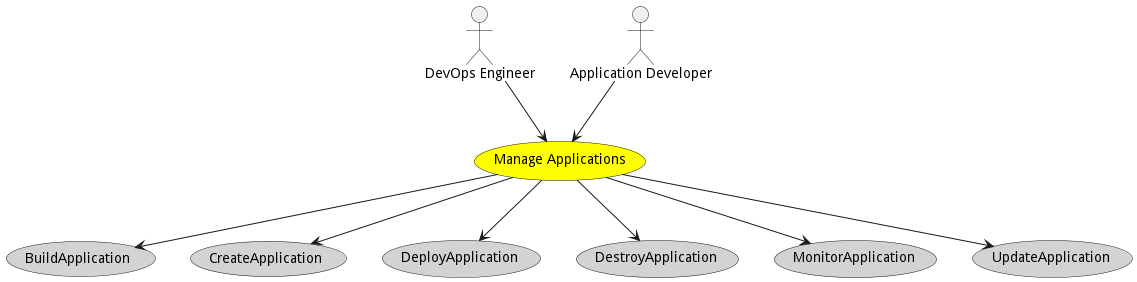
madajaju/edgemere keeps this PlantUML diagram as docs/edgemere/aml/usecases/manageapplications/Activities.png. Above is the earlier version. Source of this version:
```plantuml
@startuml


usecase "Manage Applications" as ManageApplications #yellow

Actor "DevOps Engineer" as DevOpsEngineer

DevOpsEngineer --> ManageApplications

Actor "Application Developer" as ApplicationDeveloper

ApplicationDeveloper --> ManageApplications



usecase "BuildApplication" as BuildApplication #lightgrey

ManageApplications --> BuildApplication

usecase "CreateApplication" as CreateApplication #lightgrey

ManageApplications --> CreateApplication

usecase "DeployApplication" as DeployApplication #lightgrey

ManageApplications --> DeployApplication

usecase "DestroyApplication" as DestroyApplication #lightgrey

ManageApplications --> DestroyApplication

usecase "MonitorApplication" as MonitorApplication #lightgrey

ManageApplications --> MonitorApplication

usecase "UpdateApplication" as UpdateApplication #lightgrey

ManageApplications --> UpdateApplication









@enduml
```
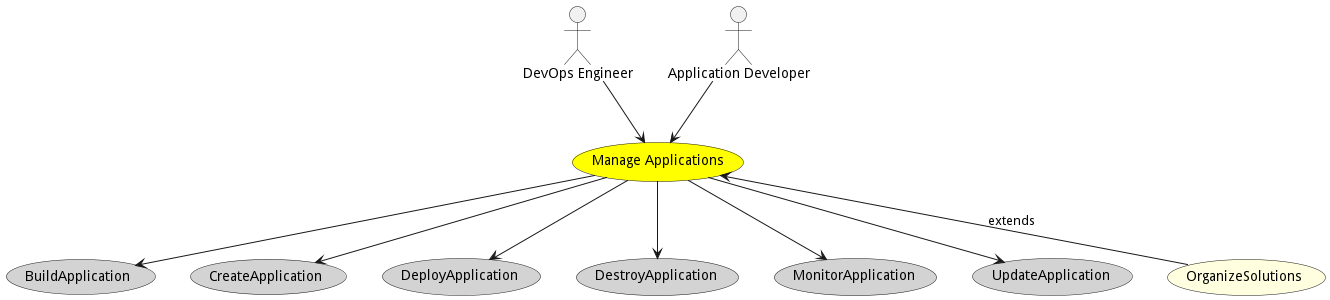
Later version of the same file.

The edit, as a diff of the source:
```diff
@@ -39,6 +39,10 @@
 
 
 
+usecase "OrganizeSolutions" as OrganizeSolutions #lightyellow
+
+ManageApplications <-- OrganizeSolutions : extends
+
 
 
 
```
